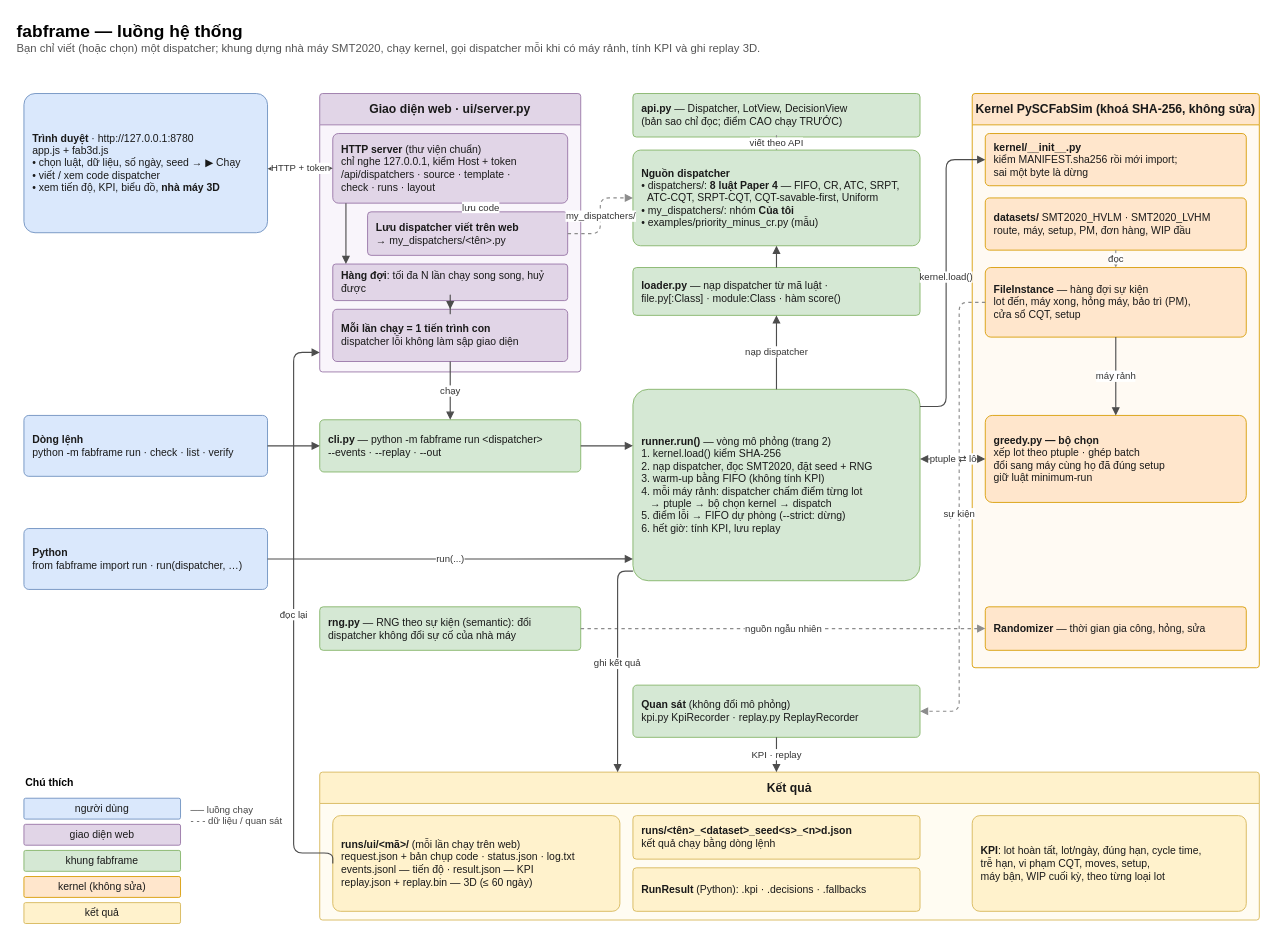
thbn12082/fabframe keeps this draw.io diagram as page "1. Tổng quan hệ thống" (1 of 2) of docs/luong-he-thong.drawio. Above is the earlier version. Source tidied: cells renumbered, new cells numbered last; positions are measured from the earlier drawing's top-left corner, leaving out a move shared by most shapes. Both pictures are drawn from the tidied source at 87%, with x=0, y=0 at pixel (15, 15).
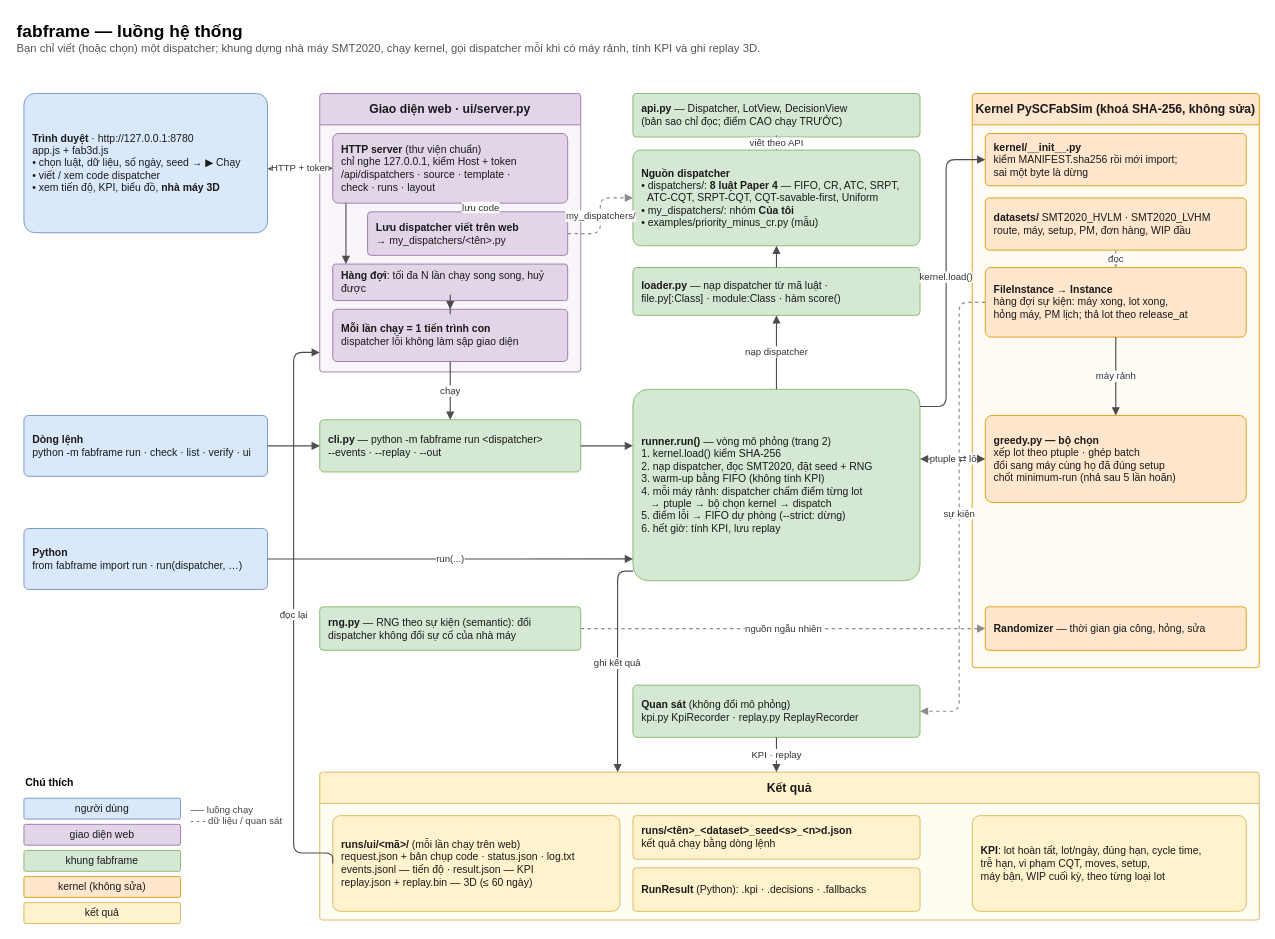
The same page after the edit.

Unchanged cells that the change refers to:
```xml
<mxCell id="18" value="Kernel PySCFabSim (khoá SHA-256, không sửa)" style="swimlane;whiteSpace=wrap;html=1;startSize=36;rounded=1;arcSize=3;fillColor=#ffe6cc;strokeColor=#d79b00;swimlaneFillColor=#fffaf3;fontStyle=1;fontSize=14;fontColor=#1a1a1a;" parent="1" vertex="1">
  <mxGeometry x="1100" y="90" width="330" height="660" as="geometry" />
</mxCell>
```

Diff of the diagram source:
```diff
@@
-    <mxCell id="4" value="&lt;b&gt;Dòng lệnh&lt;/b&gt;&lt;br&gt;python -m fabframe run · check · list · verify" style="rounded=1;whiteSpace=wrap;html=1;arcSize=8;fillColor=#dae8fc;strokeColor=#6c8ebf;fontSize=12;fontColor=#1a1a1a;align=left;verticalAlign=middle;spacingLeft=8;spacingRight=8;" parent="1" vertex="1">
+    <mxCell id="4" value="&lt;b&gt;Dòng lệnh&lt;/b&gt;&lt;br&gt;python -m fabframe run · check · list · verify · ui" style="rounded=1;whiteSpace=wrap;html=1;arcSize=8;fillColor=#dae8fc;strokeColor=#6c8ebf;fontSize=12;fontColor=#1a1a1a;align=left;verticalAlign=middle;spacingLeft=8;spacingRight=8;" parent="1" vertex="1">
       <mxGeometry x="10" y="460" width="280" height="70" as="geometry" />
     </mxCell>
@@
-    <mxCell id="21" value="&lt;b&gt;FileInstance&lt;/b&gt; — hàng đợi sự kiện&lt;br&gt;lot đến, máy xong, hỏng máy, bảo trì (PM),&lt;br&gt;cửa sổ CQT, setup" style="rounded=1;whiteSpace=wrap;html=1;arcSize=8;fillColor=#ffe6cc;strokeColor=#d79b00;fontSize=12;fontColor=#1a1a1a;align=left;verticalAlign=middle;spacingLeft=8;spacingRight=8;" parent="18" vertex="1">
+    <mxCell id="21" value="&lt;b&gt;FileInstance → Instance&lt;/b&gt;&lt;br&gt;hàng đợi sự kiện: máy xong, lot xong,&lt;br&gt;hỏng máy, PM lịch; thả lot theo release_at" style="rounded=1;whiteSpace=wrap;html=1;arcSize=8;fillColor=#ffe6cc;strokeColor=#d79b00;fontSize=12;fontColor=#1a1a1a;align=left;verticalAlign=middle;spacingLeft=8;spacingRight=8;" parent="18" vertex="1">
       <mxGeometry x="15" y="200" width="300" height="80" as="geometry" />
     </mxCell>
-    <mxCell id="22" value="&lt;b&gt;greedy.py — bộ chọn&lt;/b&gt;&lt;br&gt;xếp lot theo ptuple · ghép batch&lt;br&gt;đổi sang máy cùng họ đã đúng setup&lt;br&gt;giữ luật minimum-run" style="rounded=1;whiteSpace=wrap;html=1;arcSize=8;fillColor=#ffe6cc;strokeColor=#d79b00;fontSize=12;fontColor=#1a1a1a;align=left;verticalAlign=middle;spacingLeft=8;spacingRight=8;" parent="18" vertex="1">
+    <mxCell id="22" value="&lt;b&gt;greedy.py — bộ chọn&lt;/b&gt;&lt;br&gt;xếp lot theo ptuple · ghép batch&lt;br&gt;đổi sang máy cùng họ đã đúng setup&lt;br&gt;chốt minimum-run (nhả sau 5 lần hoãn)" style="rounded=1;whiteSpace=wrap;html=1;arcSize=8;fillColor=#ffe6cc;strokeColor=#d79b00;fontSize=12;fontColor=#1a1a1a;align=left;verticalAlign=middle;spacingLeft=8;spacingRight=8;" parent="18" vertex="1">
       <mxGeometry x="15" y="370" width="300" height="100" as="geometry" />
     </mxCell>
```
